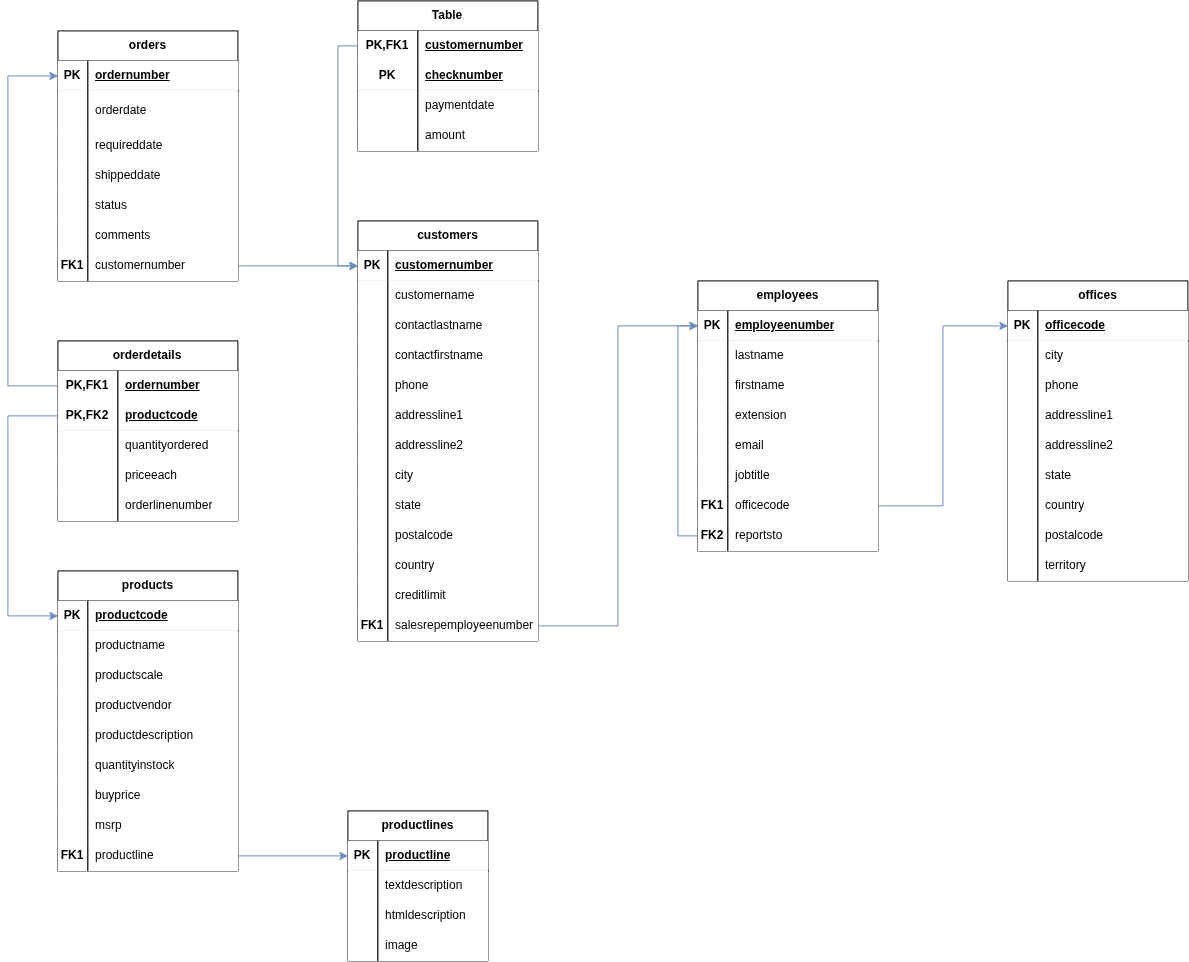
AgenteMamen007/BDP1 keeps this draw.io diagram as diagramaP1.png. Above is the earlier version. Source tidied: cells renumbered, new cells last; positions are measured from the earlier drawing's top-left corner, leaving out a move shared by most shapes.
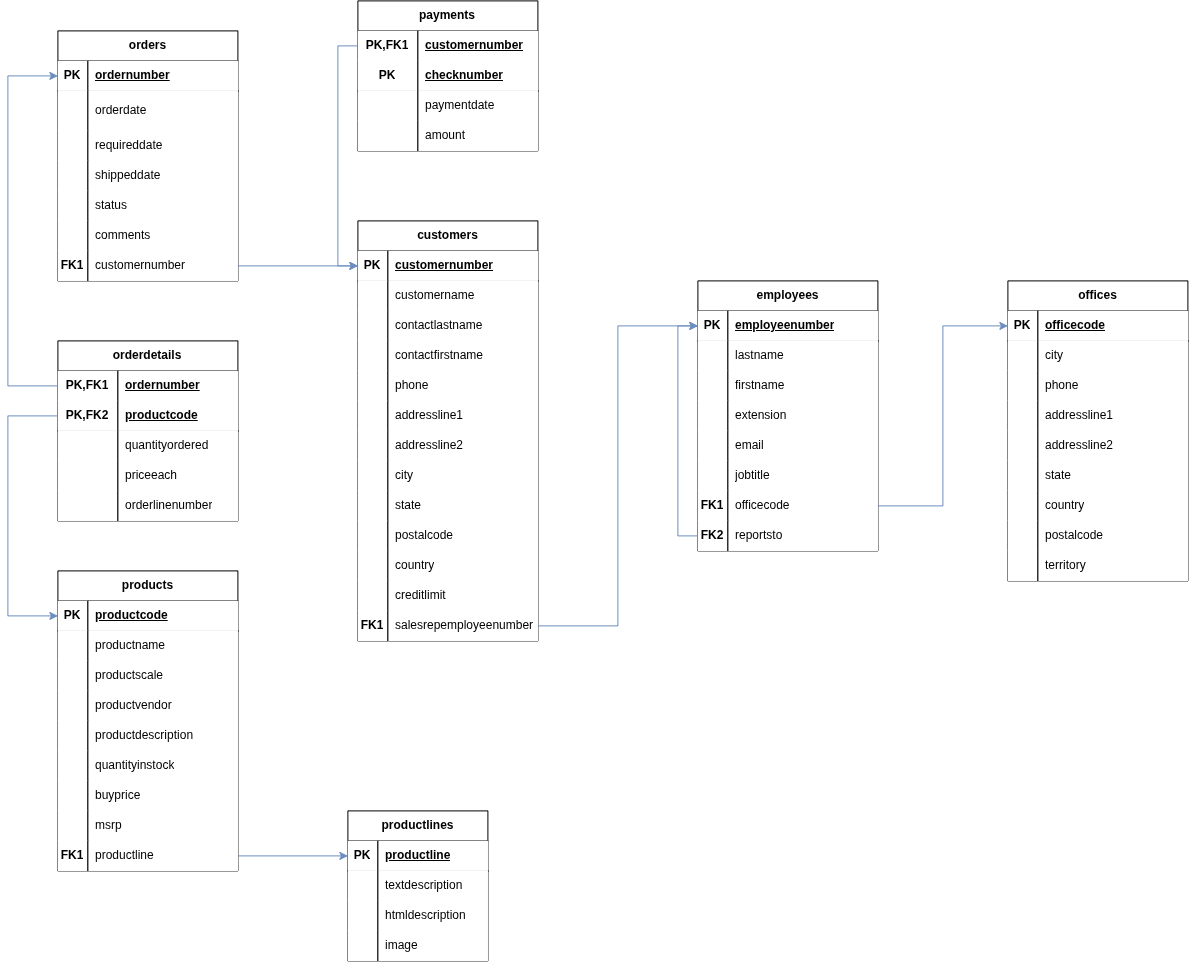
Later version of the same file.

Commit message:
makefile 4 y diagrama bien

What changed in the source:
```diff
@@ -554,7 +554,7 @@
         </Array>
       </mxGeometry>
     </mxCell>
-    <mxCell id="181" value="Table" style="shape=table;startSize=30;rowLines=0;fontStyle=1;align=center;html=1;whiteSpace=wrap;fillStyle=auto;labelBackgroundColor=none;fillColor=default;" parent="1" vertex="1">
+    <mxCell id="181" value="payments" style="shape=table;startSize=30;rowLines=0;fontStyle=1;align=center;html=1;whiteSpace=wrap;fillStyle=auto;labelBackgroundColor=none;fillColor=default;" parent="1" vertex="1">
       <mxGeometry x="350" width="180" height="150" as="geometry" />
     </mxCell>
     <mxCell id="182" style="shape=tableRow;horizontal=0;startSize=0;swimlaneHead=0;swimlaneBody=0;fillColor=default;points=[[0,0.5],[1,0.5]];portConstraint=eastwest;top=0;left=0;right=0;bottom=0;html=1;labelBackgroundColor=none;" parent="181" vertex="1">
```
